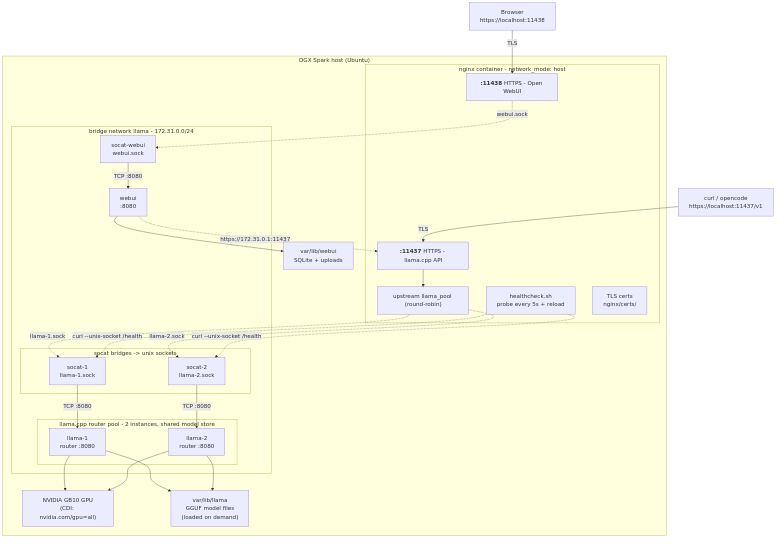
Before: docs/diagrams/architecture.png, a diagram exported from Mermaid (SpotDraft/llamacpp-serve). Its source is kept beside it as docs/diagrams/architecture.mmd.
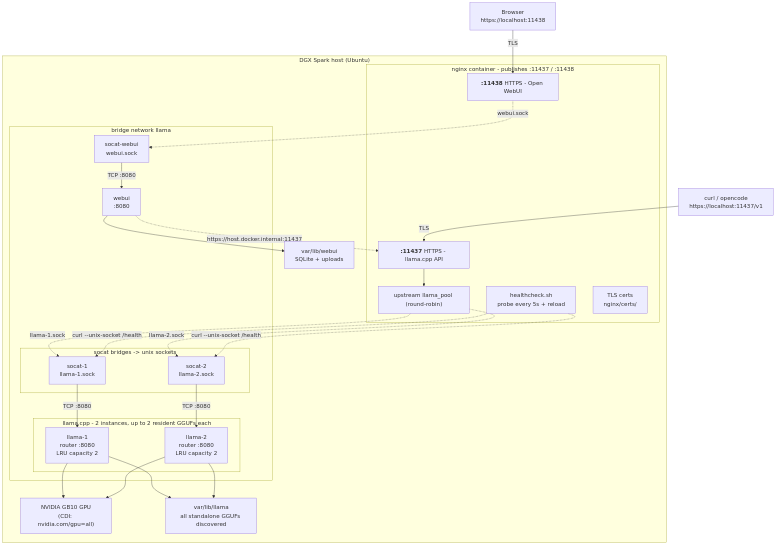
Above is the later version.

The edit, as a diff of the source:
```diff
@@ -3,7 +3,7 @@
     CLI2["Browser<br/>https://localhost:11438"]
 
     subgraph HOST["DGX Spark host (Ubuntu)"]
-        subgraph NGX["nginx container - network_mode: host"]
+        subgraph NGX["nginx container - publishes :11437 / :11438"]
             LS11437["<b>:11437</b> HTTPS - llama.cpp API"]
             LS11438["<b>:11438</b> HTTPS - Open WebUI"]
             UP["upstream llama_pool (round-robin)"]
@@ -11,10 +11,10 @@
             CERTS["TLS certs<br/>nginx/certs/"]
         end
 
-        subgraph NET["bridge network llama - 172.31.0.0/24"]
-            subgraph POOL["llama.cpp router pool - 2 instances, shared model store"]
-                L1["llama-1<br/>router :8080"]
-                L2["llama-2<br/>router :8080"]
+        subgraph NET["bridge network llama"]
+            subgraph POOL["llama.cpp - 2 instances, up to 2 resident GGUFs each"]
+                L1["llama-1<br/>router :8080<br/>LRU capacity 2"]
+                L2["llama-2<br/>router :8080<br/>LRU capacity 2"]
             end
             subgraph SOC["socat bridges -> unix sockets"]
                 S1["socat-1<br/>llama-1.sock"]
@@ -25,7 +25,7 @@
         end
 
         GPU["NVIDIA GB10 GPU<br/>(CDI: nvidia.com/gpu=all)"]
-        MODELS["var/lib/llama<br/>GGUF model files<br/>(loaded on demand)"]
+        MODELS["var/lib/llama<br/>all standalone GGUFs discovered"]
         DATA["var/lib/webui<br/>SQLite + uploads"]
     end
 
@@ -38,7 +38,7 @@
     S1 -->|TCP :8080| L1
     S2 -->|TCP :8080| L2
     SW -->|TCP :8080| W
-    W -.->|https://172.31.0.1:11437| LS11437
+    W -.->|https://host.docker.internal:11437| LS11437
     HK -.->|curl --unix-socket /health| S1
     HK -.->|curl --unix-socket /health| S2
     L1 & L2 --> GPU
```
